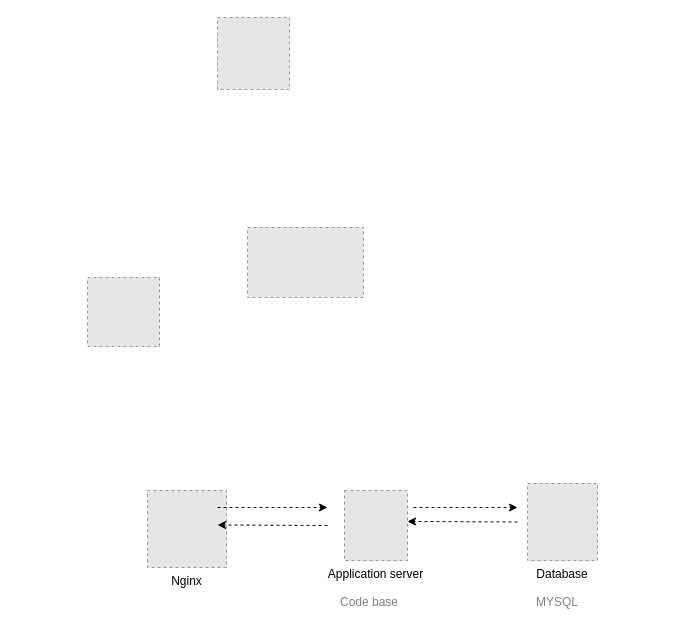
Above: 0x09-web_infrastructure_design/task1.drawio in Gloireski/alx-system_engineering-devops (draw.io), before the change. Source tidied: cells renumbered, new cells numbered last; positions are measured from the earlier drawing's top-left corner, leaving out a move shared by most shapes. Both pictures are drawn from the tidied source at 100%, with x=0, y=0 at pixel (87, 17). Pictures stored in the file or linked from it are replaced by grey dashed boxes.
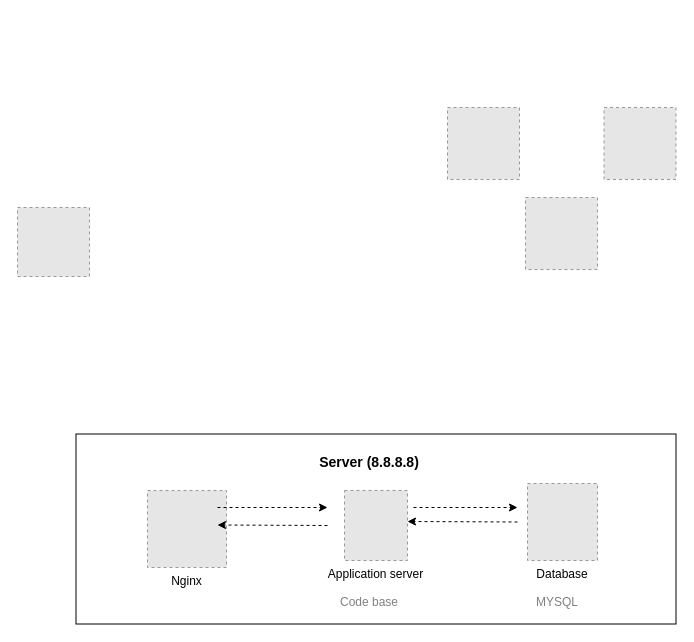
Above is the later version.

Commit message:
Mettre à jour task1.drawio

What changed in the source:
```diff
@@
     <mxCell id="2" style="fillColor=#E6E6E6;strokeColor=#999999;dashed=1;verticalLabelPosition=bottom;labelBackgroundColor=#ffffff;verticalAlign=top;" parent="1" vertex="1">
-      <mxGeometry x="130" width="72" height="72" as="geometry" />
+      <mxGeometry x="360" y="90" width="72" height="72" as="geometry" />
     </mxCell>
     <mxCell id="3" style="fillColor=#E6E6E6;strokeColor=#999999;dashed=1;verticalLabelPosition=bottom;labelBackgroundColor=#ffffff;verticalAlign=top;" parent="1" vertex="1">
-      <mxGeometry y="260" width="72" height="69" as="geometry" />
+      <mxGeometry x="-70" y="190" width="72" height="69" as="geometry" />
     </mxCell>
-    <mxCell id="4" style="fillColor=#E6E6E6;strokeColor=#999999;dashed=1;verticalLabelPosition=bottom;labelBackgroundColor=#ffffff;verticalAlign=top;" parent="1" vertex="1">
-      <mxGeometry x="160" y="210" width="116" height="70" as="geometry" />
-    </mxCell>
@@
+    <mxCell id="14" style="rounded=0;whiteSpace=wrap;html=1;gradientColor=none;fillColor=none;" parent="1" vertex="1">
+      <mxGeometry x="-11.5" y="416.5" width="600" height="190" as="geometry" />
+    </mxCell>
+    <mxCell id="15" value="&lt;b&gt;&lt;font style=&quot;font-size: 14px;&quot;&gt;Server (8.8.8.8)&lt;br&gt;&lt;/font&gt;&lt;/b&gt;" style="text;html=1;strokeColor=none;fillColor=none;align=center;verticalAlign=middle;whiteSpace=wrap;rounded=0;" parent="1" vertex="1">
+      <mxGeometry x="227" y="430" width="110" height="30" as="geometry" />
+    </mxCell>
+    <mxCell id="16" style="fillColor=#E6E6E6;strokeColor=#999999;dashed=1;verticalLabelPosition=bottom;labelBackgroundColor=#ffffff;verticalAlign=top;" parent="1" vertex="1">
+      <mxGeometry x="516.5" y="90" width="72" height="72" as="geometry" />
+    </mxCell>
+    <mxCell id="17" style="fillColor=#E6E6E6;strokeColor=#999999;dashed=1;verticalLabelPosition=bottom;labelBackgroundColor=#ffffff;verticalAlign=top;" parent="1" vertex="1">
+      <mxGeometry x="438" y="180" width="72" height="72" as="geometry" />
+    </mxCell>
```
